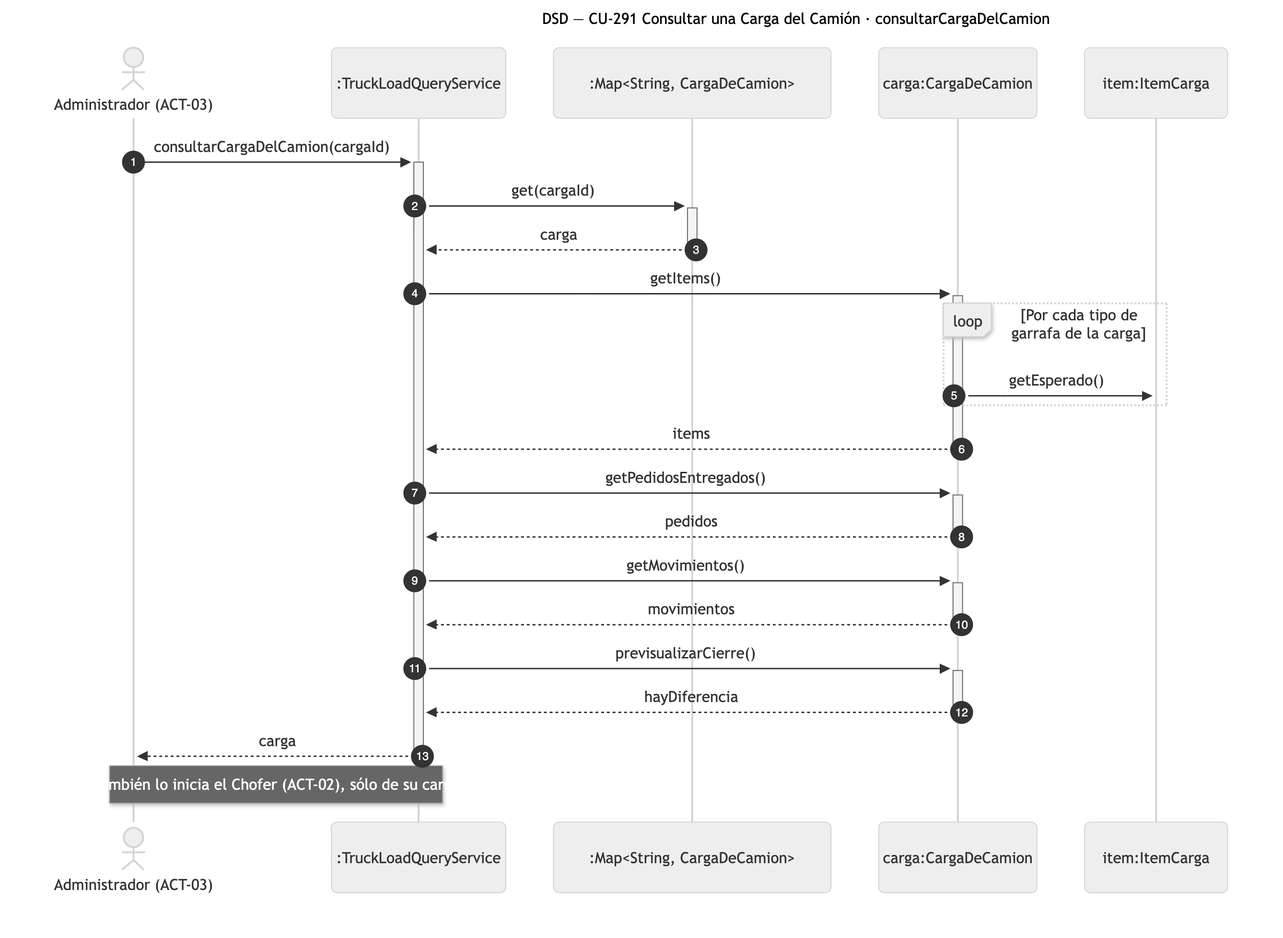
Nahuelito-Dev/splg-docs keeps this Mermaid diagram as diagramas/png/DSD_CU-291_consultarCargaDelCamion.png. Above is the earlier version. Its source is kept beside it as diagramas/DSD_CU-291_consultarCargaDelCamion.mmd.
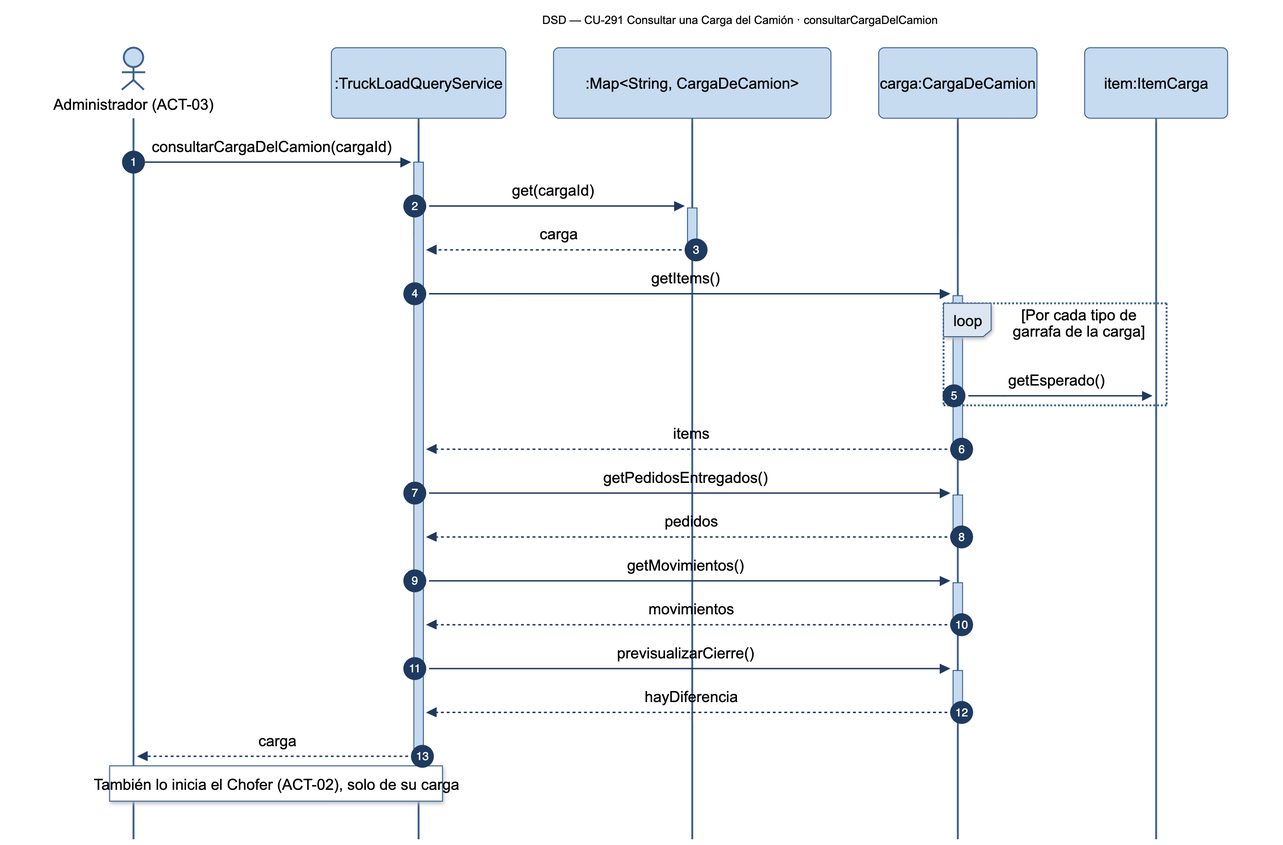
Above is the later version.

What changed in the source:
```diff
@@ -22,4 +22,4 @@
     SRV->>+CAR: previsualizarCierre()
     CAR-->>-SRV: hayDiferencia
     SRV-->>-ADM: carga
-    Note over ADM,SRV: También lo inicia el Chofer (ACT-02), sólo de su carga
+    Note over ADM,SRV: También lo inicia el Chofer (ACT-02), solo de su carga
```
